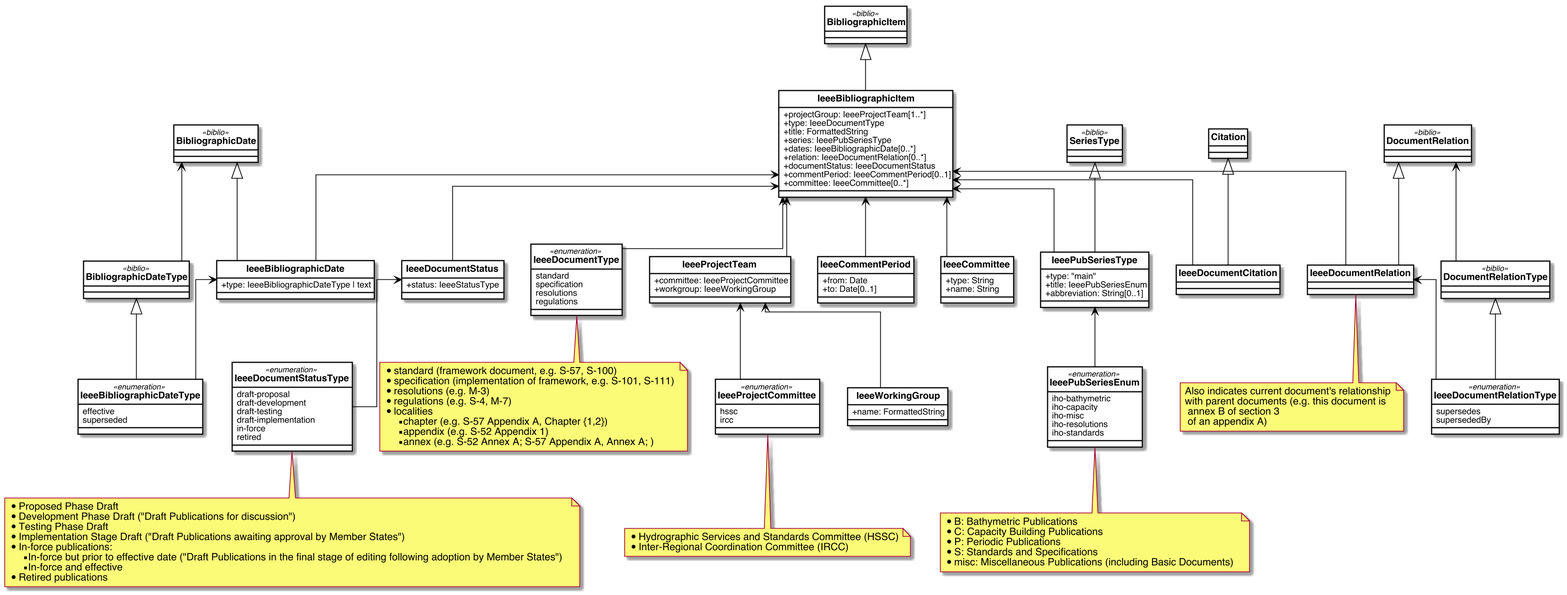
Before: images/IeeeBibliographicItem.png, a diagram exported from PlantUML (relaton/relaton-model-ieee).
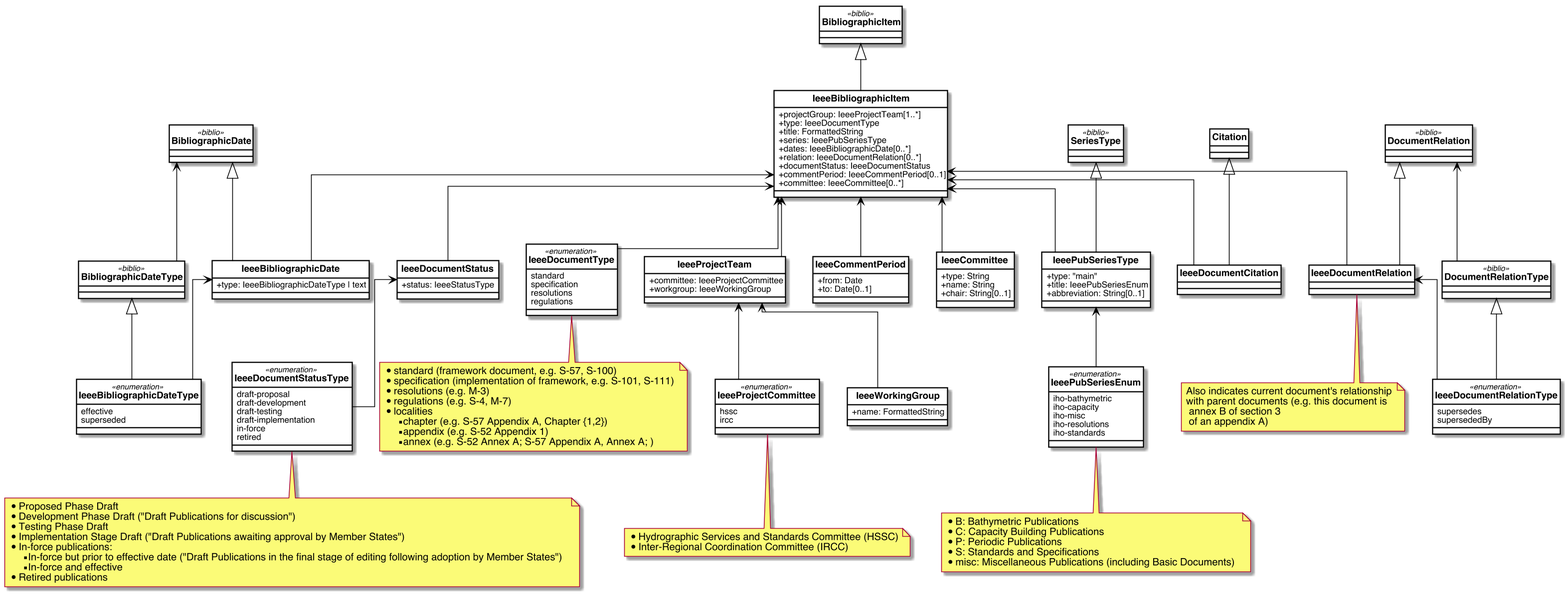
The same diagram one commit later.

Commit message:
add chair to IeeeCommittee

The edit, as a diff of the source:
```diff
@@ -85,6 +85,7 @@
 class IeeeCommittee {
   +type: String
   +name: String
+  +chair: String[0..1]
 }
 
 enum IeeeProjectCommittee <<enumeration>>{
```
